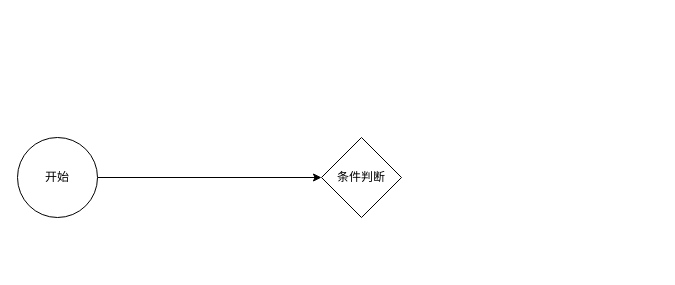
Above: repo/submit_order.drawio in chenanddom/Charts (draw.io), before the change. Source tidied: cells renumbered, new cells numbered last; positions are measured from the earlier drawing's top-left corner, leaving out a move shared by most shapes. Both pictures are drawn from the tidied source at 100%, with x=0, y=0 at pixel (17, 137).
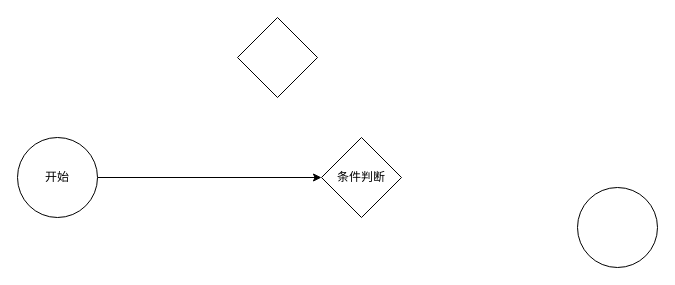
Above is the later version.

Diff of the diagram source:
```diff
@@
 <mxGraphModel>
   <root>
     <mxCell id="0" />
     <mxCell id="1" parent="0" />
     <mxCell id="2" style="edgeStyle=orthogonalEdgeStyle;rounded=0;jettySize=auto;html=1;entryX=0;entryY=0.5;entryDx=0;entryDy=0;" parent="1" edge="1" source="3" target="4">
       <mxGeometry relative="1" as="geometry" />
     </mxCell>
     <mxCell id="3" value="开始" style="ellipse;whiteSpace=wrap;html=1;" parent="1" vertex="1">
       <mxGeometry width="80" height="80" as="geometry" />
     </mxCell>
     <mxCell id="4" value="条件判断" style="rhombus;whiteSpace=wrap;html=1;" parent="1" vertex="1">
       <mxGeometry x="304" width="80" height="80" as="geometry" />
     </mxCell>
+    <mxCell id="5" style="ellipse;whiteSpace=wrap;html=1;" parent="1" vertex="1">
+      <mxGeometry x="560" y="50" width="80" height="80" as="geometry" />
+    </mxCell>
+    <mxCell id="6" style="rhombus;whiteSpace=wrap;html=1;" parent="1" vertex="1">
+      <mxGeometry x="220" y="-120" width="80" height="80" as="geometry" />
+    </mxCell>
   </root>
 </mxGraphModel>
```
